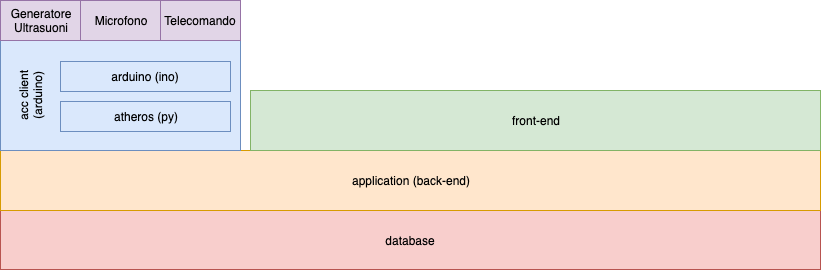
Before: design/app/app_ino.png, a diagram exported from draw.io (giuliobosco/freqline). Source tidied: cells renumbered, new cells last; positions are measured from the earlier drawing's top-left corner, leaving out a move shared by most shapes.
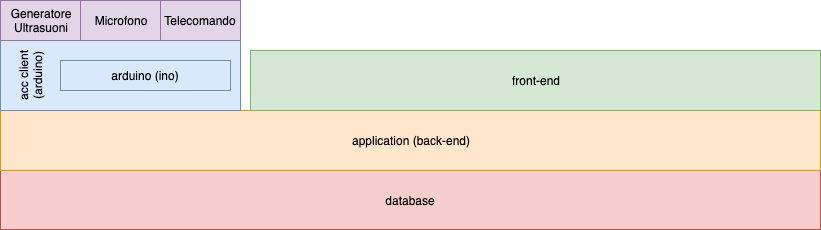
The same file after the commit.

Change to the diagram source:
```diff
@@ -12,25 +12,22 @@
       <mxGeometry x="270" y="90" width="570" height="60" as="geometry" />
     </mxCell>
     <mxCell id="5" style="rounded=0;whiteSpace=wrap;html=1;fillColor=#dae8fc;strokeColor=#6c8ebf;" parent="1" vertex="1">
-      <mxGeometry x="20" y="40" width="240" height="110" as="geometry" />
+      <mxGeometry x="20" y="80" width="240" height="70" as="geometry" />
     </mxCell>
     <mxCell id="6" value="Generatore&lt;br&gt;Ultrasuoni" style="rounded=0;whiteSpace=wrap;html=1;fillColor=#e1d5e7;strokeColor=#9673a6;" parent="1" vertex="1">
-      <mxGeometry x="20" width="80" height="40" as="geometry" />
+      <mxGeometry x="20" y="40" width="80" height="40" as="geometry" />
     </mxCell>
     <mxCell id="7" value="Microfono" style="rounded=0;whiteSpace=wrap;html=1;fillColor=#e1d5e7;strokeColor=#9673a6;" parent="1" vertex="1">
-      <mxGeometry x="100" width="80" height="40" as="geometry" />
+      <mxGeometry x="100" y="40" width="80" height="40" as="geometry" />
     </mxCell>
     <mxCell id="8" value="Telecomando" style="rounded=0;whiteSpace=wrap;html=1;fillColor=#e1d5e7;strokeColor=#9673a6;" parent="1" vertex="1">
-      <mxGeometry x="180" width="80" height="40" as="geometry" />
+      <mxGeometry x="180" y="40" width="80" height="40" as="geometry" />
     </mxCell>
     <mxCell id="9" value="acc client (arduino)" style="text;html=1;strokeColor=none;fillColor=none;align=center;verticalAlign=middle;whiteSpace=wrap;rounded=0;rotation=-90;" parent="1" vertex="1">
-      <mxGeometry y="85" width="100" height="20" as="geometry" />
+      <mxGeometry x="20" y="105" width="60" height="20" as="geometry" />
     </mxCell>
-    <mxCell id="10" value="atheros (py)" style="rounded=0;whiteSpace=wrap;html=1;fillColor=#dae8fc;strokeColor=#6c8ebf;" parent="1" vertex="1">
-      <mxGeometry x="80" y="101" width="170" height="30" as="geometry" />
-    </mxCell>
     <mxCell id="11" value="arduino (ino)" style="rounded=0;whiteSpace=wrap;html=1;fillColor=#dae8fc;strokeColor=#6c8ebf;" parent="1" vertex="1">
-      <mxGeometry x="80" y="61" width="170" height="30" as="geometry" />
+      <mxGeometry x="80" y="100" width="170" height="30" as="geometry" />
     </mxCell>
   </root>
 </mxGraphModel>
```
